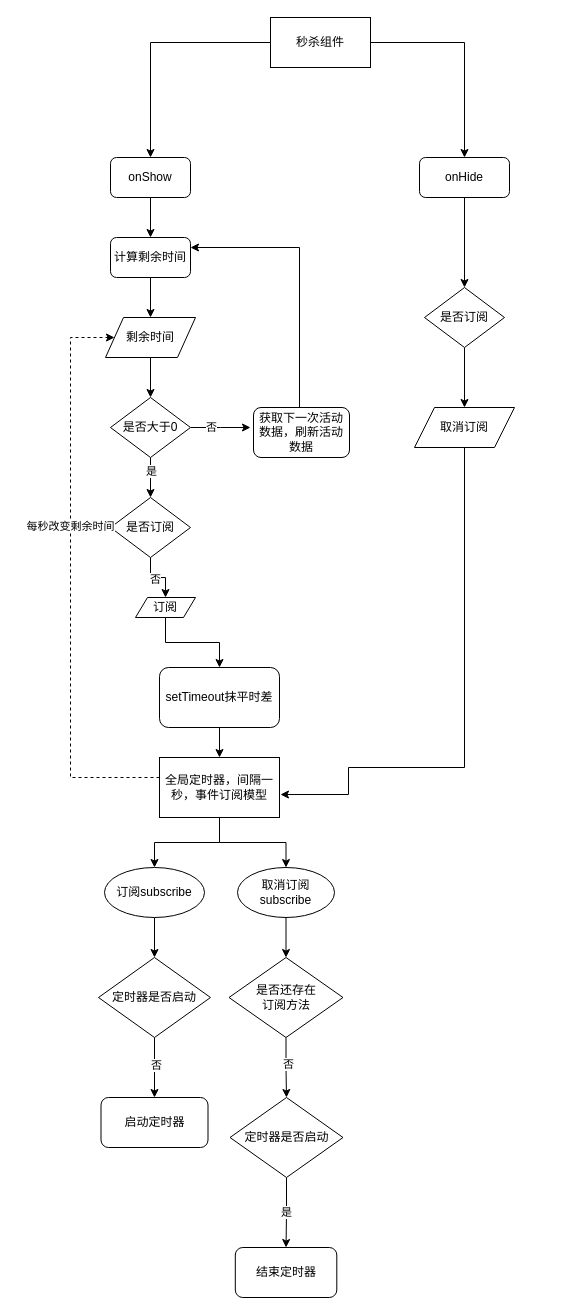
This is 1130/【体验优化】秒杀组件在停留当前页未刷新时自动更新下一场次数据.drawio from howyea/drawio, a draw.io file, before an edit. Source tidied: cells renumbered, new cells numbered last; positions are measured from the earlier drawing's top-left corner, leaving out a move shared by most shapes. Both pictures are drawn from the tidied source at 100%, with x=0, y=0 at pixel (70, 17).
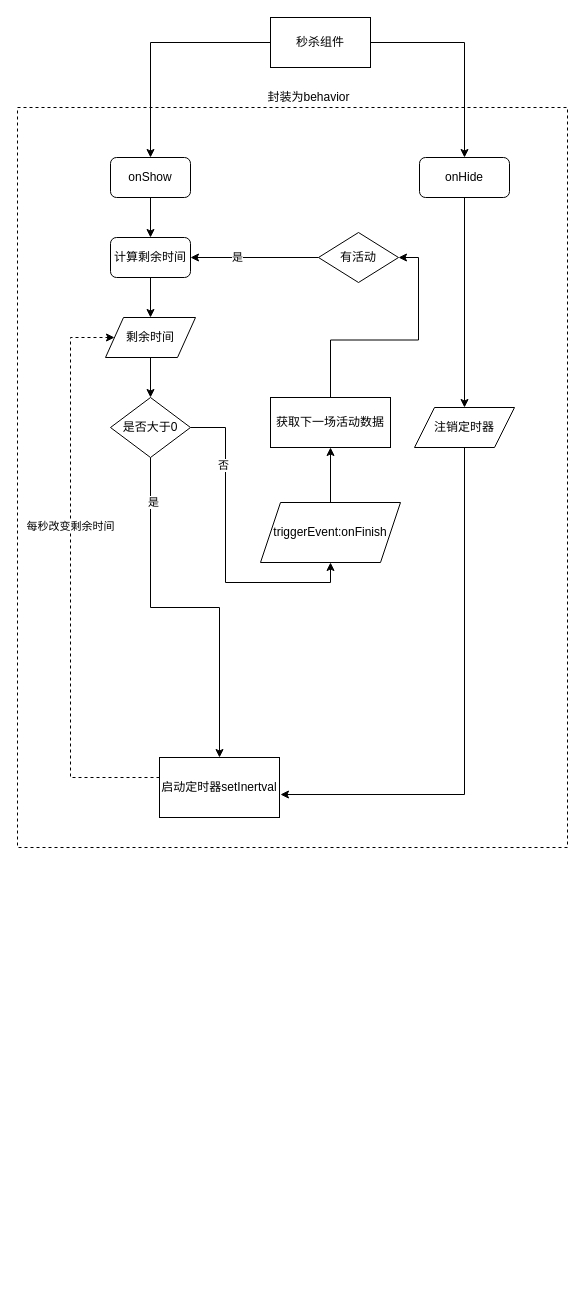
Above is the later version.

Commit message (it also covers changes not shown here):
fix: 取消全局定时器

Unchanged cells that the change refers to:
```xml
<mxCell id="8" value="计算剩余时间" style="rounded=1;whiteSpace=wrap;html=1;" parent="1" vertex="1">
  <mxGeometry x="40" y="220" width="80" height="40" as="geometry" />
</mxCell>
<mxCell id="10" value="onHide" style="rounded=1;whiteSpace=wrap;html=1;" parent="1" vertex="1">
  <mxGeometry x="349" y="140" width="90" height="40" as="geometry" />
</mxCell>
<mxCell id="17" value="是否大于0" style="rhombus;whiteSpace=wrap;html=1;" parent="1" vertex="1">
  <mxGeometry x="40" y="380" width="80" height="60" as="geometry" />
</mxCell>
```

Change to the diagram source:
```diff
@@
-    <mxCell id="9" style="edgeStyle=orthogonalEdgeStyle;rounded=0;jettySize=auto;html=1;entryX=0.5;entryY=0;entryDx=0;entryDy=0;" parent="1" edge="1" source="10" target="31">
-      <mxGeometry relative="1" as="geometry" />
-    </mxCell>
+    <mxCell id="50" style="edgeStyle=orthogonalEdgeStyle;rounded=0;jettySize=auto;html=1;" parent="1" edge="1" source="10" target="33">
+      <mxGeometry relative="1" as="geometry" />
+    </mxCell>
@@
-    <mxCell id="13" style="edgeStyle=orthogonalEdgeStyle;rounded=0;jettySize=auto;html=1;" parent="1" edge="1" source="17" target="20">
-      <mxGeometry relative="1" as="geometry" />
-    </mxCell>
-    <mxCell id="14" value="是" style="edgeLabel;html=1;align=center;verticalAlign=middle;" parent="13" vertex="1">
-      <mxGeometry x="-0.35" relative="1" as="geometry" />
-    </mxCell>
-    <mxCell id="15" style="edgeStyle=orthogonalEdgeStyle;rounded=0;jettySize=auto;html=1;" parent="1" edge="1" source="17">
-      <mxGeometry relative="1" as="geometry">
-        <mxPoint x="180" y="410" as="targetPoint" />
-      </mxGeometry>
-    </mxCell>
-    <mxCell id="16" value="否" style="edgeLabel;html=1;align=center;verticalAlign=middle;" parent="15" vertex="1">
-      <mxGeometry x="-0.33" y="1" relative="1" as="geometry" />
-    </mxCell>
+    <mxCell id="51" style="edgeStyle=orthogonalEdgeStyle;rounded=0;jettySize=auto;html=1;" parent="1" edge="1" source="17" target="25">
+      <mxGeometry relative="1" as="geometry" />
+    </mxCell>
+    <mxCell id="52" value="是" style="edgeLabel;html=1;align=center;verticalAlign=middle;" parent="51" vertex="1">
+      <mxGeometry x="-0.76" y="2" relative="1" as="geometry" />
+    </mxCell>
+    <mxCell id="53" style="edgeStyle=orthogonalEdgeStyle;rounded=0;jettySize=auto;html=1;entryX=0.5;entryY=1;entryDx=0;entryDy=0;" parent="1" edge="1" source="17" target="58">
+      <mxGeometry relative="1" as="geometry" />
+    </mxCell>
+    <mxCell id="54" value="否" style="edgeLabel;html=1;align=center;verticalAlign=middle;" parent="53" vertex="1">
+      <mxGeometry x="-0.54" y="-3" relative="1" as="geometry" />
+    </mxCell>
@@
-    <mxCell id="18" style="edgeStyle=orthogonalEdgeStyle;rounded=0;jettySize=auto;html=1;entryX=0.5;entryY=0;entryDx=0;entryDy=0;" parent="1" edge="1" source="20" target="27">
-      <mxGeometry relative="1" as="geometry" />
-    </mxCell>
-    <mxCell id="19" value="否" style="edgeLabel;html=1;align=center;verticalAlign=middle;" parent="18" vertex="1">
-      <mxGeometry x="-0.27" y="4" relative="1" as="geometry">
-        <mxPoint x="4" y="5" as="offset" />
-      </mxGeometry>
-    </mxCell>
-    <mxCell id="20" value="是否订阅" style="rhombus;whiteSpace=wrap;html=1;" parent="1" vertex="1">
-      <mxGeometry x="40" y="480" width="80" height="60" as="geometry" />
-    </mxCell>
@@
-    <mxCell id="23" style="edgeStyle=orthogonalEdgeStyle;rounded=0;jettySize=auto;html=1;entryX=0.5;entryY=0;entryDx=0;entryDy=0;" parent="1" edge="1" source="25" target="35">
-      <mxGeometry relative="1" as="geometry" />
-    </mxCell>
-    <mxCell id="24" style="edgeStyle=orthogonalEdgeStyle;rounded=0;jettySize=auto;html=1;entryX=0.5;entryY=0;entryDx=0;entryDy=0;" parent="1" edge="1" source="25" target="37">
-      <mxGeometry relative="1" as="geometry" />
-    </mxCell>
-    <mxCell id="25" value="全局定时器，间隔一秒，事件订阅模型" style="rounded=0;whiteSpace=wrap;html=1;" parent="1" vertex="1">
+    <mxCell id="25" value="启动定时器setInertval" style="rounded=0;whiteSpace=wrap;html=1;" parent="1" vertex="1">
       <mxGeometry x="89" y="740" width="120" height="60" as="geometry" />
     </mxCell>
-    <mxCell id="26" style="edgeStyle=orthogonalEdgeStyle;rounded=0;jettySize=auto;html=1;entryX=0.5;entryY=0;entryDx=0;entryDy=0;" parent="1" edge="1" source="27" target="49">
-      <mxGeometry relative="1" as="geometry" />
-    </mxCell>
-    <mxCell id="27" value="订阅" style="shape=parallelogram;perimeter=parallelogramPerimeter;whiteSpace=wrap;html=1;" parent="1" vertex="1">
-      <mxGeometry x="65" y="580" width="60" height="20" as="geometry" />
-    </mxCell>
-    <mxCell id="28" style="edgeStyle=orthogonalEdgeStyle;rounded=0;jettySize=auto;html=1;entryX=1;entryY=0.25;entryDx=0;entryDy=0;" parent="1" edge="1" source="29" target="8">
-      <mxGeometry relative="1" as="geometry">
-        <Array as="points">
-          <mxPoint x="229" y="230" />
-        </Array>
-      </mxGeometry>
-    </mxCell>
-    <mxCell id="29" value="获取下一次活动数据，刷新活动数据" style="rounded=1;whiteSpace=wrap;html=1;" parent="1" vertex="1">
-      <mxGeometry x="183" y="390" width="96" height="50" as="geometry" />
-    </mxCell>
-    <mxCell id="30" style="edgeStyle=orthogonalEdgeStyle;rounded=0;jettySize=auto;html=1;entryX=0.5;entryY=0;entryDx=0;entryDy=0;" parent="1" edge="1" source="31" target="33">
-      <mxGeometry relative="1" as="geometry" />
-    </mxCell>
-    <mxCell id="31" value="是否订阅" style="rhombus;whiteSpace=wrap;html=1;" parent="1" vertex="1">
-      <mxGeometry x="354" y="270" width="80" height="60" as="geometry" />
-    </mxCell>
     <mxCell id="32" style="edgeStyle=orthogonalEdgeStyle;rounded=0;jettySize=auto;html=1;entryX=1.008;entryY=0.617;entryDx=0;entryDy=0;entryPerimeter=0;" parent="1" edge="1" source="33" target="25">
       <mxGeometry relative="1" as="geometry">
         <Array as="points">
-          <mxPoint x="394" y="750" />
-          <mxPoint x="278" y="750" />
-          <mxPoint x="278" y="777" />
+          <mxPoint x="394" y="777" />
         </Array>
       </mxGeometry>
     </mxCell>
-    <mxCell id="33" value="取消订阅" style="shape=parallelogram;perimeter=parallelogramPerimeter;whiteSpace=wrap;html=1;" parent="1" vertex="1">
+    <mxCell id="33" value="注销定时器" style="shape=parallelogram;perimeter=parallelogramPerimeter;whiteSpace=wrap;html=1;" parent="1" vertex="1">
       <mxGeometry x="344" y="390" width="100" height="40" as="geometry" />
     </mxCell>
-    <mxCell id="34" style="edgeStyle=orthogonalEdgeStyle;rounded=0;jettySize=auto;html=1;entryX=0.5;entryY=0;entryDx=0;entryDy=0;" parent="1" edge="1" source="35" target="46">
-      <mxGeometry relative="1" as="geometry" />
-    </mxCell>
-    <mxCell id="35" value="订阅subscribe" style="ellipse;whiteSpace=wrap;html=1;" parent="1" vertex="1">
-      <mxGeometry x="34" y="850" width="100" height="50" as="geometry" />
-    </mxCell>
-    <mxCell id="36" style="edgeStyle=orthogonalEdgeStyle;rounded=0;jettySize=auto;html=1;entryX=0.5;entryY=0;entryDx=0;entryDy=0;" parent="1" edge="1" source="37" target="42">
-      <mxGeometry relative="1" as="geometry" />
-    </mxCell>
-    <mxCell id="37" value="取消订阅subscribe" style="ellipse;whiteSpace=wrap;html=1;" parent="1" vertex="1">
-      <mxGeometry x="167" y="850" width="97" height="50" as="geometry" />
-    </mxCell>
-    <mxCell id="38" value="是" style="edgeStyle=orthogonalEdgeStyle;rounded=0;jettySize=auto;html=1;entryX=0.5;entryY=0;entryDx=0;entryDy=0;" parent="1" edge="1" source="39" target="43">
-      <mxGeometry relative="1" as="geometry" />
-    </mxCell>
-    <mxCell id="39" value="定时器是否启动" style="rhombus;whiteSpace=wrap;html=1;" parent="1" vertex="1">
-      <mxGeometry x="159.5" y="1080" width="113" height="80" as="geometry" />
-    </mxCell>
-    <mxCell id="40" style="edgeStyle=orthogonalEdgeStyle;rounded=0;jettySize=auto;html=1;" parent="1" edge="1" source="42" target="39">
-      <mxGeometry relative="1" as="geometry" />
-    </mxCell>
-    <mxCell id="41" value="否" style="edgeLabel;html=1;align=center;verticalAlign=middle;" parent="40" vertex="1">
-      <mxGeometry x="-0.15" y="1" relative="1" as="geometry">
-        <mxPoint x="1" as="offset" />
-      </mxGeometry>
-    </mxCell>
-    <mxCell id="42" value="是否还存在&lt;br&gt;订阅方法" style="rhombus;whiteSpace=wrap;html=1;" parent="1" vertex="1">
-      <mxGeometry x="158.5" y="940" width="114" height="80" as="geometry" />
-    </mxCell>
-    <mxCell id="43" value="结束定时器" style="rounded=1;whiteSpace=wrap;html=1;" parent="1" vertex="1">
-      <mxGeometry x="164.8" y="1230" width="101.5" height="50" as="geometry" />
-    </mxCell>
-    <mxCell id="44" style="edgeStyle=orthogonalEdgeStyle;rounded=0;jettySize=auto;html=1;" parent="1" edge="1" source="46" target="47">
-      <mxGeometry relative="1" as="geometry" />
-    </mxCell>
-    <mxCell id="45" value="否" style="edgeLabel;html=1;align=center;verticalAlign=middle;" parent="44" vertex="1">
-      <mxGeometry x="-0.1" y="1" relative="1" as="geometry" />
-    </mxCell>
-    <mxCell id="46" value="定时器是否启动" style="rhombus;whiteSpace=wrap;html=1;" parent="1" vertex="1">
-      <mxGeometry x="28" y="940" width="112" height="80" as="geometry" />
-    </mxCell>
-    <mxCell id="47" value="启动定时器" style="rounded=1;whiteSpace=wrap;html=1;" parent="1" vertex="1">
-      <mxGeometry x="30.5" y="1080" width="107" height="50" as="geometry" />
-    </mxCell>
-    <mxCell id="48" style="edgeStyle=orthogonalEdgeStyle;rounded=0;jettySize=auto;html=1;" parent="1" edge="1" source="49" target="25">
-      <mxGeometry relative="1" as="geometry" />
-    </mxCell>
-    <mxCell id="49" value="setTimeout抹平时差" style="rounded=1;whiteSpace=wrap;html=1;" parent="1" vertex="1">
-      <mxGeometry x="89" y="650" width="120" height="60" as="geometry" />
-    </mxCell>
+    <mxCell id="55" style="rounded=0;whiteSpace=wrap;html=1;fillColor=none;dashed=1;" parent="1" vertex="1">
+      <mxGeometry x="-53" y="90" width="550" height="740" as="geometry" />
+    </mxCell>
+    <mxCell id="56" value="封装为behavior" style="text;html=1;align=center;verticalAlign=middle;fillColor=none;strokeColor=none;rounded=0;dashed=1;" parent="1" vertex="1">
+      <mxGeometry x="188" y="70" width="100" height="20" as="geometry" />
+    </mxCell>
+    <mxCell id="57" style="edgeStyle=orthogonalEdgeStyle;rounded=0;jettySize=auto;html=1;entryX=0.5;entryY=1;entryDx=0;entryDy=0;" parent="1" edge="1" source="58" target="60">
+      <mxGeometry relative="1" as="geometry" />
+    </mxCell>
+    <mxCell id="58" value="triggerEvent:onFinish" style="shape=parallelogram;perimeter=parallelogramPerimeter;whiteSpace=wrap;html=1;fixedSize=1;" parent="1" vertex="1">
+      <mxGeometry x="190" y="485" width="140" height="60" as="geometry" />
+    </mxCell>
+    <mxCell id="59" style="edgeStyle=orthogonalEdgeStyle;rounded=0;jettySize=auto;html=1;entryX=1;entryY=0.5;entryDx=0;entryDy=0;" parent="1" edge="1" source="60" target="63">
+      <mxGeometry relative="1" as="geometry" />
+    </mxCell>
+    <mxCell id="60" value="获取下一场活动数据" style="rounded=0;whiteSpace=wrap;html=1;" parent="1" vertex="1">
+      <mxGeometry x="200" y="380" width="120" height="50" as="geometry" />
+    </mxCell>
+    <mxCell id="61" style="edgeStyle=orthogonalEdgeStyle;rounded=0;jettySize=auto;html=1;entryX=1;entryY=0.5;entryDx=0;entryDy=0;" parent="1" edge="1" source="63" target="8">
+      <mxGeometry relative="1" as="geometry" />
+    </mxCell>
+    <mxCell id="62" value="是" style="edgeLabel;html=1;align=center;verticalAlign=middle;" parent="61" vertex="1">
+      <mxGeometry x="0.28" y="-1" relative="1" as="geometry" />
+    </mxCell>
+    <mxCell id="63" value="有活动" style="rhombus;whiteSpace=wrap;html=1;" parent="1" vertex="1">
+      <mxGeometry x="248" y="215" width="80" height="50" as="geometry" />
+    </mxCell>
```
